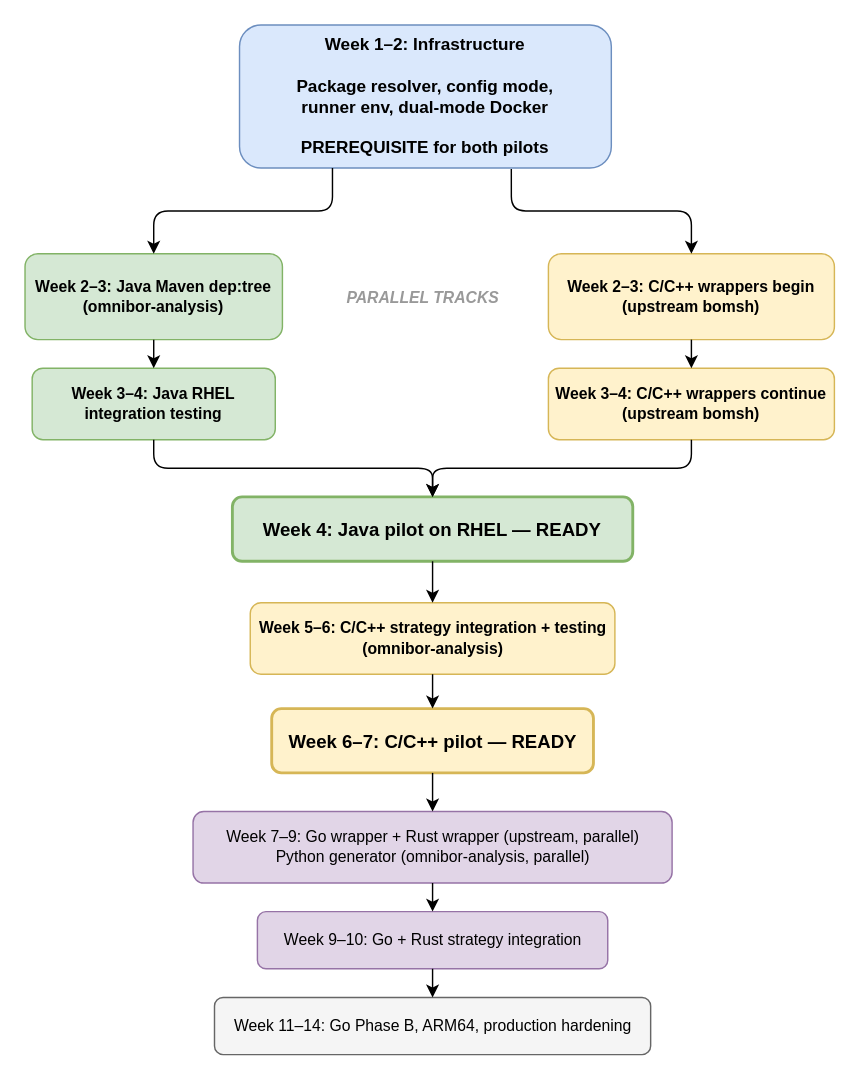
The draw.io diagram docs/sidecar/sidecar-critical-path.drawio in tedg-dev/bisbom-gen, before the edit. Source tidied: cells renumbered, new cells numbered last; positions are measured from the earlier drawing's top-left corner, leaving out a move shared by most shapes. Both pictures are drawn from the tidied source at 143%, with x=0, y=0 at pixel (24, 24).
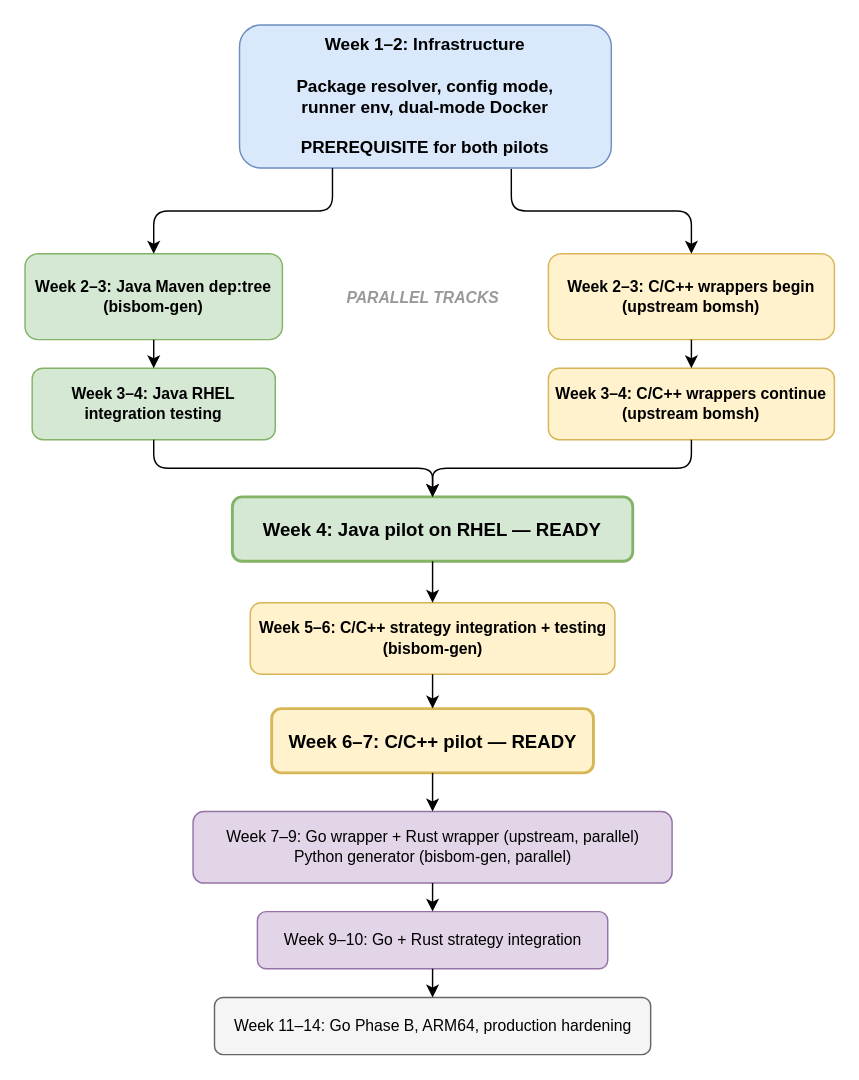
After the change.

Change to the diagram source:
```diff
@@
-    <mxCell id="3" value="Week 2–3: Java Maven dep:tree&#10;(omnibor-analysis)" style="rounded=1;whiteSpace=wrap;html=1;fillColor=#d5e8d4;strokeColor=#82b366;fontSize=11;fontStyle=1;verticalAlign=middle;" parent="1" vertex="1">
+    <mxCell id="3" value="Week 2–3: Java Maven dep:tree&#10;(bisbom-gen)" style="rounded=1;whiteSpace=wrap;html=1;fillColor=#d5e8d4;strokeColor=#82b366;fontSize=11;fontStyle=1;verticalAlign=middle;" parent="1" vertex="1">
       <mxGeometry y="160" width="180" height="60" as="geometry" />
     </mxCell>
@@
-    <mxCell id="9" value="Week 5–6: C/C++ strategy integration + testing&#10;(omnibor-analysis)" style="rounded=1;whiteSpace=wrap;html=1;fillColor=#fff2cc;strokeColor=#d6b656;fontSize=11;fontStyle=1;verticalAlign=middle;" parent="1" vertex="1">
+    <mxCell id="9" value="Week 5–6: C/C++ strategy integration + testing&#10;(bisbom-gen)" style="rounded=1;whiteSpace=wrap;html=1;fillColor=#fff2cc;strokeColor=#d6b656;fontSize=11;fontStyle=1;verticalAlign=middle;" parent="1" vertex="1">
       <mxGeometry x="157.5" y="404" width="255" height="50" as="geometry" />
     </mxCell>
@@
-    <mxCell id="11" value="Week 7–9: Go wrapper + Rust wrapper (upstream, parallel)&#10;Python generator (omnibor-analysis, parallel)" style="rounded=1;whiteSpace=wrap;html=1;fillColor=#e1d5e7;strokeColor=#9673a6;fontSize=11;fontStyle=0;verticalAlign=middle;" parent="1" vertex="1">
+    <mxCell id="11" value="Week 7–9: Go wrapper + Rust wrapper (upstream, parallel)&#10;Python generator (bisbom-gen, parallel)" style="rounded=1;whiteSpace=wrap;html=1;fillColor=#e1d5e7;strokeColor=#9673a6;fontSize=11;fontStyle=0;verticalAlign=middle;" parent="1" vertex="1">
       <mxGeometry x="117.5" y="550" width="335" height="50" as="geometry" />
     </mxCell>
```
